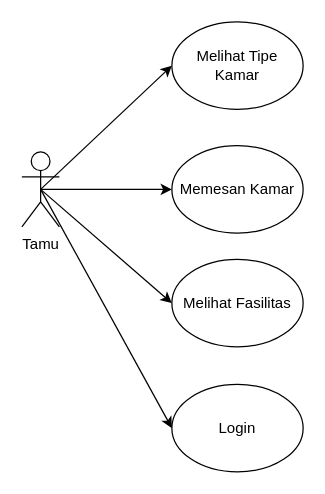
Earlier version of the draw.io diagram page "Tamu" (2 of 6) of Hotel Flowchart And Use Case.drawio (Go-UKK/Flowcart). Source tidied: cells renumbered, new cells numbered last; positions are measured from the earlier drawing's top-left corner, leaving out a move shared by most shapes. Both pictures are drawn from the tidied source at 125%, with x=0, y=0 at pixel (21, 21).
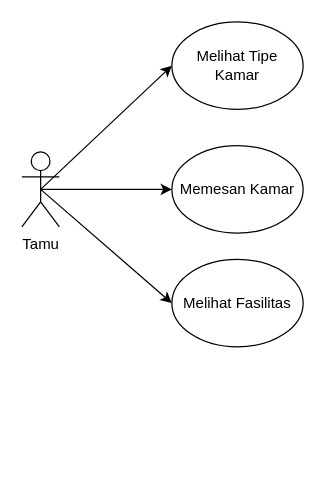
After the change.

Diff of the diagram source:
```diff
@@
 <mxGraphModel>
   <root>
     <mxCell id="0" />
     <mxCell id="1" parent="0" />
     <mxCell id="2" value="Tamu" style="shape=umlActor;verticalLabelPosition=bottom;verticalAlign=top;html=1;outlineConnect=0;" parent="1" vertex="1">
       <mxGeometry y="104" width="30" height="60" as="geometry" />
     </mxCell>
     <mxCell id="3" value="Melihat Tipe Kamar" style="ellipse;whiteSpace=wrap;html=1;" parent="1" vertex="1">
       <mxGeometry x="120" width="105" height="70" as="geometry" />
     </mxCell>
     <mxCell id="4" value="Melihat Fasilitas" style="ellipse;whiteSpace=wrap;html=1;" parent="1" vertex="1">
       <mxGeometry x="120" y="190" width="105" height="70" as="geometry" />
     </mxCell>
     <mxCell id="5" value="Memesan Kamar" style="ellipse;whiteSpace=wrap;html=1;" parent="1" vertex="1">
       <mxGeometry x="120" y="99" width="105" height="70" as="geometry" />
     </mxCell>
-    <mxCell id="6" value="Login" style="ellipse;whiteSpace=wrap;html=1;" parent="1" vertex="1">
-      <mxGeometry x="120" y="290" width="105" height="70" as="geometry" />
-    </mxCell>
     <mxCell id="7" style="endArrow=classic;html=1;rounded=0;exitX=0.5;exitY=0.5;exitDx=0;exitDy=0;exitPerimeter=0;entryX=0;entryY=0.5;entryDx=0;entryDy=0;" parent="1" edge="1" source="2">
       <mxGeometry relative="1" as="geometry">
         <mxPoint x="120" y="134" as="targetPoint" />
       </mxGeometry>
     </mxCell>
     <mxCell id="8" style="endArrow=classic;html=1;rounded=0;exitX=0.5;exitY=0.5;exitDx=0;exitDy=0;exitPerimeter=0;entryX=0;entryY=0.5;entryDx=0;entryDy=0;" parent="1" edge="1" source="2" target="4">
       <mxGeometry relative="1" as="geometry" />
     </mxCell>
     <mxCell id="9" style="endArrow=classic;html=1;rounded=0;exitX=0.5;exitY=0.5;exitDx=0;exitDy=0;exitPerimeter=0;entryX=0;entryY=0.5;entryDx=0;entryDy=0;" parent="1" edge="1" source="2" target="3">
       <mxGeometry relative="1" as="geometry" />
     </mxCell>
-    <mxCell id="10" style="endArrow=classic;html=1;rounded=0;exitX=0.5;exitY=0.5;exitDx=0;exitDy=0;exitPerimeter=0;entryX=0;entryY=0.5;entryDx=0;entryDy=0;" parent="1" edge="1" target="6">
-      <mxGeometry relative="1" as="geometry">
-        <mxPoint x="15" y="134" as="sourcePoint" />
-      </mxGeometry>
-    </mxCell>
   </root>
 </mxGraphModel>
```
